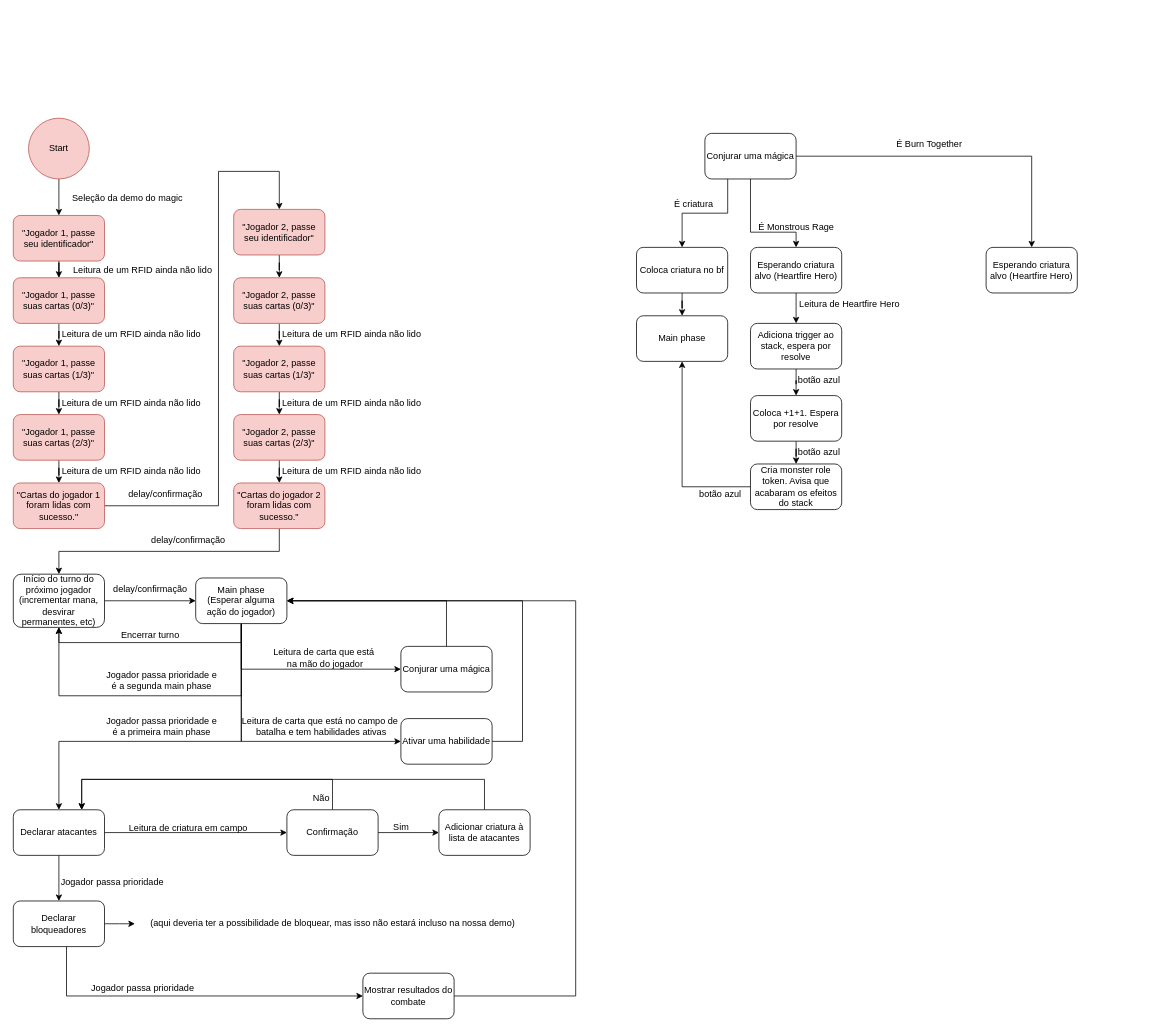
This is documentos/Magic_States.drawio from TochaFh/Projeto-UX-Men, a draw.io file, before an edit. Source tidied: cells renumbered, new cells numbered last; positions are measured from the earlier drawing's top-left corner, leaving out a move shared by most shapes. Both pictures are drawn from the tidied source at 76%, with x=0, y=0 at pixel (13, 118).
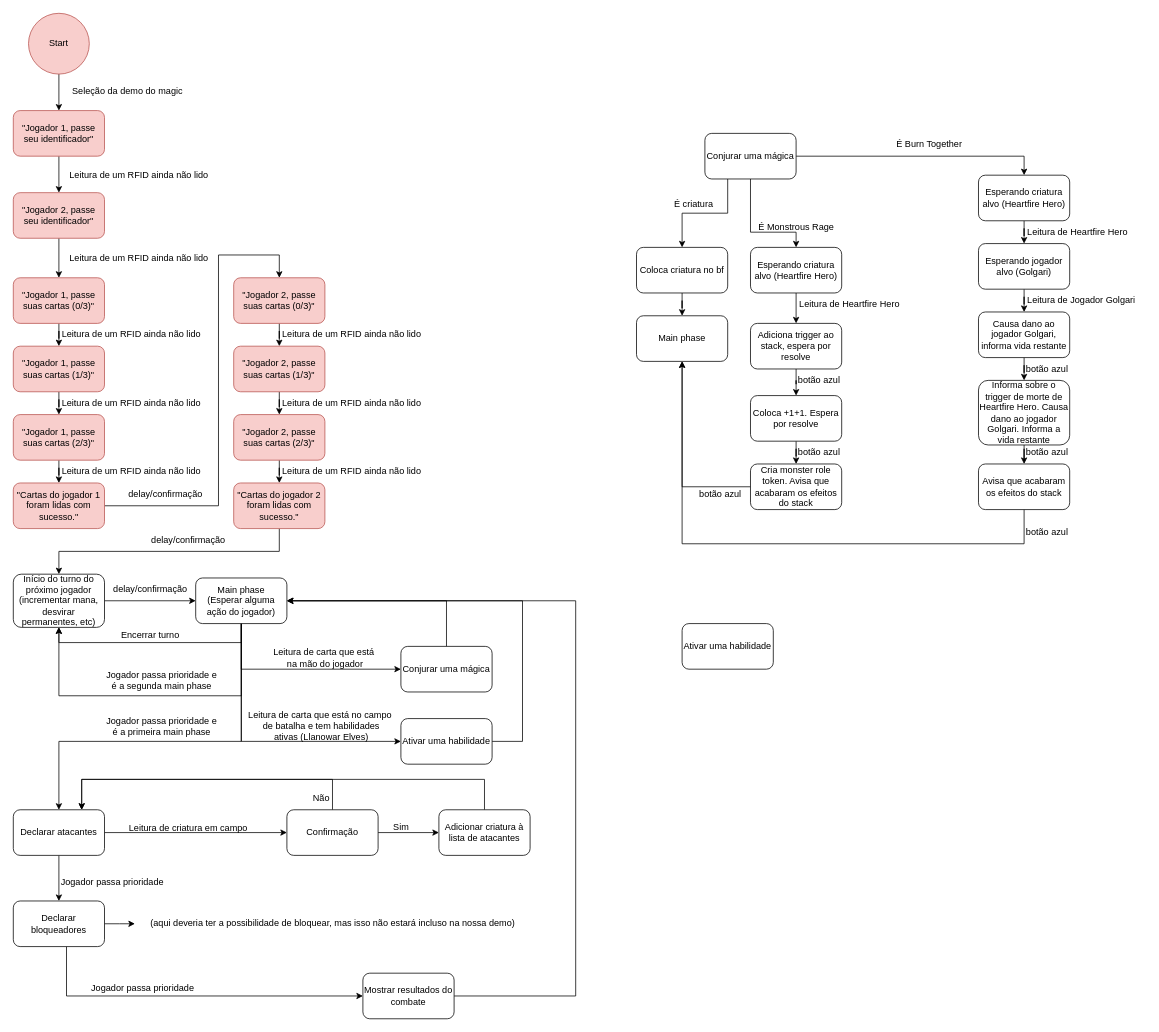
The same diagram, later.

Commit message (it also covers changes not shown here):
Desenvolvendo a lógica de conjuração

Unchanged cells that the change refers to:
```xml
<mxCell id="5" value="&quot;Jogador 1, passe suas cartas (0/3)&quot;" style="rounded=1;whiteSpace=wrap;html=1;fillColor=#f8cecc;strokeColor=#b85450;" parent="1" vertex="1">
  <mxGeometry y="210" width="120" height="60" as="geometry" />
</mxCell>
<mxCell id="14" value="&quot;Cartas do jogador 1 foram lidas com sucesso.&quot;" style="rounded=1;whiteSpace=wrap;html=1;fillColor=#f8cecc;strokeColor=#b85450;" parent="1" vertex="1">
  <mxGeometry y="480" width="120" height="60" as="geometry" />
</mxCell>
<mxCell id="17" value="&quot;Jogador 2, passe suas cartas (0/3)&quot;" style="rounded=1;whiteSpace=wrap;html=1;fillColor=#f8cecc;strokeColor=#b85450;" parent="1" vertex="1">
  <mxGeometry x="290" y="210" width="120" height="60" as="geometry" />
</mxCell>
<mxCell id="69" value="Conjurar uma mágica" style="rounded=1;whiteSpace=wrap;html=1;" parent="1" vertex="1">
  <mxGeometry x="910" y="20" width="120" height="60" as="geometry" />
</mxCell>
```

The edit, as a diff of the source:
```diff
@@
     <mxCell id="3" value="Start" style="ellipse;whiteSpace=wrap;html=1;fillColor=#f8cecc;strokeColor=#b85450;" parent="1" vertex="1">
-      <mxGeometry x="20" width="80" height="80" as="geometry" />
+      <mxGeometry x="20" y="-138" width="80" height="80" as="geometry" />
     </mxCell>
@@
     <mxCell id="6" value="Seleção da demo do magic" style="text;html=1;align=center;verticalAlign=middle;strokeColor=none;fillColor=none;" parent="1" vertex="1">
-      <mxGeometry x="65" y="90" width="170" height="30" as="geometry" />
+      <mxGeometry x="65" y="-50" width="170" height="30" as="geometry" />
     </mxCell>
@@
-    <mxCell id="13" style="edgeStyle=orthogonalEdgeStyle;rounded=0;jettySize=auto;html=1;" parent="1" edge="1" source="14">
+    <mxCell id="13" style="edgeStyle=orthogonalEdgeStyle;rounded=0;jettySize=auto;html=1;entryX=0.5;entryY=0;entryDx=0;entryDy=0;" parent="1" edge="1" source="14" target="17">
       <mxGeometry relative="1" as="geometry">
-        <mxPoint x="350" y="120" as="targetPoint" />
         <Array as="points">
           <mxPoint x="270" y="510" />
-          <mxPoint x="270" y="70" />
-          <mxPoint x="350" y="70" />
+          <mxPoint x="270" y="180" />
+          <mxPoint x="350" y="180" />
         </Array>
       </mxGeometry>
     </mxCell>
@@
-    <mxCell id="44" value="Leitura de carta que está&amp;nbsp;&lt;span style=&quot;background-color: transparent; color: light-dark(rgb(0, 0, 0), rgb(255, 255, 255));&quot;&gt;no campo de&amp;nbsp;&lt;/span&gt;&lt;div&gt;&lt;span style=&quot;background-color: transparent; color: light-dark(rgb(0, 0, 0), rgb(255, 255, 255));&quot;&gt;batalha e tem habilidades ativas&lt;/span&gt;&lt;/div&gt;" style="text;html=1;align=center;verticalAlign=middle;strokeColor=none;fillColor=none;" parent="1" vertex="1">
-      <mxGeometry x="290" y="780" width="230" height="40" as="geometry" />
+    <mxCell id="44" value="Leitura de carta que está&amp;nbsp;&lt;span style=&quot;background-color: transparent; color: light-dark(rgb(0, 0, 0), rgb(255, 255, 255));&quot;&gt;no campo&amp;nbsp;&lt;/span&gt;&lt;div&gt;&lt;span style=&quot;background-color: transparent; color: light-dark(rgb(0, 0, 0), rgb(255, 255, 255));&quot;&gt;de&amp;nbsp;&lt;/span&gt;&lt;span style=&quot;background-color: transparent; color: light-dark(rgb(0, 0, 0), rgb(255, 255, 255));&quot;&gt;batalha e tem habilidades&lt;/span&gt;&lt;/div&gt;&lt;div&gt;&lt;span style=&quot;background-color: transparent; color: light-dark(rgb(0, 0, 0), rgb(255, 255, 255));&quot;&gt;ativas (Llanowar Elves)&lt;/span&gt;&lt;/div&gt;" style="text;html=1;align=center;verticalAlign=middle;strokeColor=none;fillColor=none;" parent="1" vertex="1">
+      <mxGeometry x="295" y="770" width="220" height="60" as="geometry" />
     </mxCell>
@@
     <mxCell id="68" style="edgeStyle=orthogonalEdgeStyle;rounded=0;jettySize=auto;html=1;" parent="1" edge="1" source="69" target="87">
-      <mxGeometry relative="1" as="geometry" />
+      <mxGeometry relative="1" as="geometry">
+        <Array as="points">
+          <mxPoint x="1330" y="50" />
+        </Array>
+      </mxGeometry>
     </mxCell>
@@
+    <mxCell id="94" style="edgeStyle=orthogonalEdgeStyle;rounded=0;jettySize=auto;html=1;" parent="1" edge="1" source="87" target="97">
+      <mxGeometry relative="1" as="geometry" />
+    </mxCell>
     <mxCell id="87" value="Esperando criatura alvo (Heartfire Hero)" style="whiteSpace=wrap;html=1;rounded=1;" parent="1" vertex="1">
-      <mxGeometry x="1280" y="170" width="120" height="60" as="geometry" />
+      <mxGeometry x="1270" y="75" width="120" height="60" as="geometry" />
     </mxCell>
@@
-    <mxCell id="89" style="edgeStyle=orthogonalEdgeStyle;rounded=0;jettySize=auto;html=1;entryX=0.5;entryY=0;entryDx=0;entryDy=0;" parent="1" edge="1" source="90" target="5">
-      <mxGeometry relative="1" as="geometry" />
-    </mxCell>
+    <mxCell id="95" style="edgeStyle=orthogonalEdgeStyle;rounded=0;jettySize=auto;html=1;entryX=0.5;entryY=0;entryDx=0;entryDy=0;" parent="1" edge="1" source="90" target="93">
+      <mxGeometry relative="1" as="geometry" />
+    </mxCell>
     <mxCell id="90" value="&quot;Jogador 1, passe seu identificador&quot;" style="rounded=1;whiteSpace=wrap;html=1;fillColor=#f8cecc;strokeColor=#b85450;" parent="1" vertex="1">
-      <mxGeometry y="128" width="120" height="60" as="geometry" />
+      <mxGeometry y="-10" width="120" height="60" as="geometry" />
     </mxCell>
     <mxCell id="91" value="Leitura de um RFID ainda não lido" style="text;html=1;align=center;verticalAlign=middle;strokeColor=none;fillColor=none;" parent="1" vertex="1">
-      <mxGeometry x="65" y="185" width="210" height="30" as="geometry" />
+      <mxGeometry x="60" y="170" width="210" height="30" as="geometry" />
     </mxCell>
-    <mxCell id="92" style="edgeStyle=orthogonalEdgeStyle;rounded=0;jettySize=auto;html=1;entryX=0.5;entryY=0;entryDx=0;entryDy=0;" parent="1" edge="1" source="93" target="17">
-      <mxGeometry relative="1" as="geometry" />
-    </mxCell>
+    <mxCell id="96" style="edgeStyle=orthogonalEdgeStyle;rounded=0;jettySize=auto;html=1;" parent="1" edge="1" source="97" target="100">
+      <mxGeometry relative="1" as="geometry" />
+    </mxCell>
+    <mxCell id="97" value="Esperando jogador alvo (Golgari)" style="whiteSpace=wrap;html=1;rounded=1;" parent="1" vertex="1">
+      <mxGeometry x="1270" y="165" width="120" height="60" as="geometry" />
+    </mxCell>
+    <mxCell id="98" value="Leitura de Heartfire Hero" style="text;html=1;align=center;verticalAlign=middle;strokeColor=none;fillColor=none;" parent="1" vertex="1">
+      <mxGeometry x="1320" y="135" width="160" height="30" as="geometry" />
+    </mxCell>
+    <mxCell id="99" style="edgeStyle=orthogonalEdgeStyle;rounded=0;jettySize=auto;html=1;" parent="1" edge="1" source="100" target="103">
+      <mxGeometry relative="1" as="geometry" />
+    </mxCell>
+    <mxCell id="100" value="Causa dano ao jogador Golgari, informa vida restante" style="whiteSpace=wrap;html=1;rounded=1;" parent="1" vertex="1">
+      <mxGeometry x="1270" y="255" width="120" height="60" as="geometry" />
+    </mxCell>
+    <mxCell id="101" value="Leitura de Jogador Golgari" style="text;html=1;align=center;verticalAlign=middle;strokeColor=none;fillColor=none;" parent="1" vertex="1">
+      <mxGeometry x="1320" y="225" width="170" height="30" as="geometry" />
+    </mxCell>
+    <mxCell id="102" style="edgeStyle=orthogonalEdgeStyle;rounded=0;jettySize=auto;html=1;entryX=0.5;entryY=0;entryDx=0;entryDy=0;" parent="1" edge="1" source="103" target="106">
+      <mxGeometry relative="1" as="geometry" />
+    </mxCell>
+    <mxCell id="103" value="Informa sobre o trigger de morte de Heartfire Hero. Causa dano ao jogador Golgari. Informa a vida restante" style="whiteSpace=wrap;html=1;rounded=1;" parent="1" vertex="1">
+      <mxGeometry x="1270" y="345" width="120" height="85" as="geometry" />
+    </mxCell>
+    <mxCell id="104" value="botão azul" style="text;html=1;align=center;verticalAlign=middle;strokeColor=none;fillColor=none;" parent="1" vertex="1">
+      <mxGeometry x="1320" y="315" width="80" height="30" as="geometry" />
+    </mxCell>
+    <mxCell id="105" style="edgeStyle=orthogonalEdgeStyle;rounded=0;jettySize=auto;html=1;" parent="1" edge="1" source="106">
+      <mxGeometry relative="1" as="geometry">
+        <mxPoint x="880" y="320" as="targetPoint" />
+        <Array as="points">
+          <mxPoint x="1330" y="560" />
+          <mxPoint x="880" y="560" />
+        </Array>
+      </mxGeometry>
+    </mxCell>
+    <mxCell id="106" value="Avisa que acabaram os efeitos do stack" style="rounded=1;whiteSpace=wrap;html=1;" parent="1" vertex="1">
+      <mxGeometry x="1270" y="455" width="120" height="60" as="geometry" />
+    </mxCell>
+    <mxCell id="107" value="botão azul" style="text;html=1;align=center;verticalAlign=middle;strokeColor=none;fillColor=none;" parent="1" vertex="1">
+      <mxGeometry x="1320" y="425" width="80" height="30" as="geometry" />
+    </mxCell>
+    <mxCell id="108" value="botão azul" style="text;html=1;align=center;verticalAlign=middle;strokeColor=none;fillColor=none;" parent="1" vertex="1">
+      <mxGeometry x="1320" y="530" width="80" height="30" as="geometry" />
+    </mxCell>
+    <mxCell id="109" value="Ativar uma habilidade" style="rounded=1;whiteSpace=wrap;html=1;" parent="1" vertex="1">
+      <mxGeometry x="880" y="665" width="120" height="60" as="geometry" />
+    </mxCell>
+    <mxCell id="110" style="edgeStyle=orthogonalEdgeStyle;rounded=0;jettySize=auto;html=1;entryX=0.5;entryY=0;entryDx=0;entryDy=0;" parent="1" edge="1" source="93" target="5">
+      <mxGeometry relative="1" as="geometry" />
+    </mxCell>
     <mxCell id="93" value="&quot;Jogador 2, passe seu identificador&quot;" style="rounded=1;whiteSpace=wrap;html=1;fillColor=#f8cecc;strokeColor=#b85450;" parent="1" vertex="1">
-      <mxGeometry x="290" y="120" width="120" height="60" as="geometry" />
+      <mxGeometry y="98" width="120" height="60" as="geometry" />
     </mxCell>
+    <mxCell id="111" value="Leitura de um RFID ainda não lido" style="text;html=1;align=center;verticalAlign=middle;strokeColor=none;fillColor=none;" parent="1" vertex="1">
+      <mxGeometry x="60" y="60" width="210" height="30" as="geometry" />
+    </mxCell>
```
